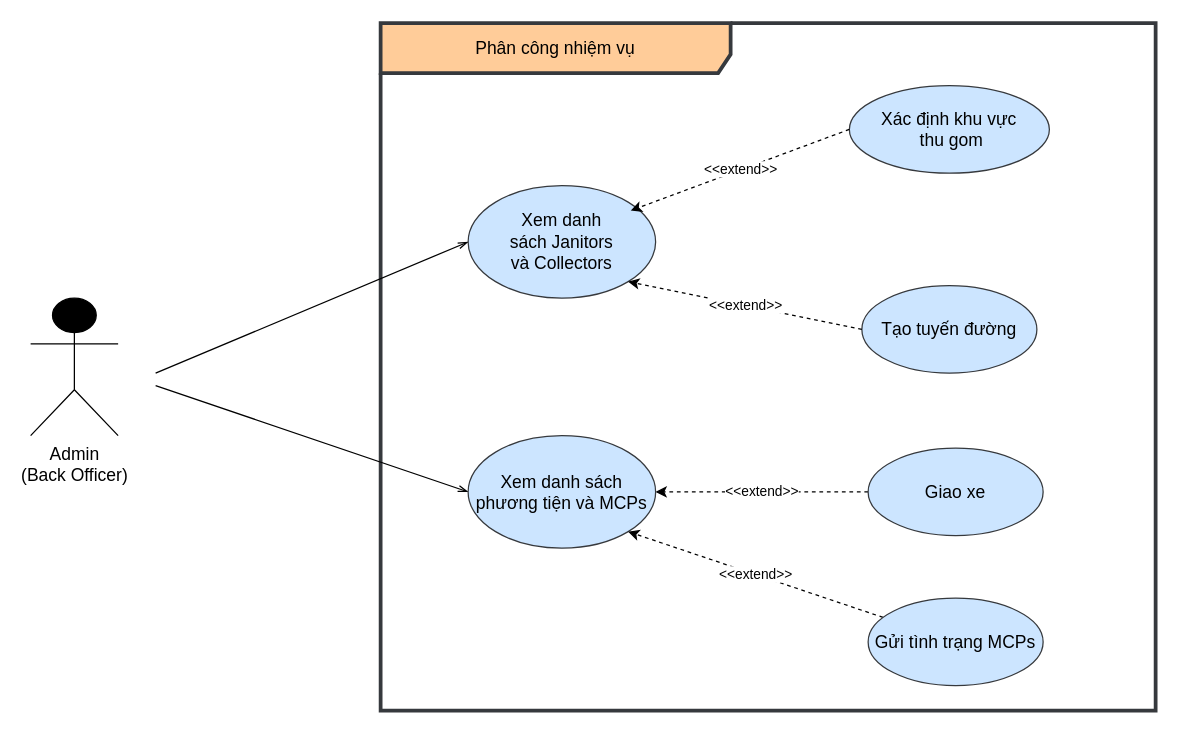
Above: Task 1/1.3/Task assignment.drawio in astr0tas/SE-with-Da-Bois---UWC-2.0 (draw.io), before the change. Source tidied: cells renumbered, new cells numbered last; positions are measured from the earlier drawing's top-left corner, leaving out a move shared by most shapes. Both pictures are drawn from the tidied source at 125%, with x=0, y=0 at pixel (30, 22).
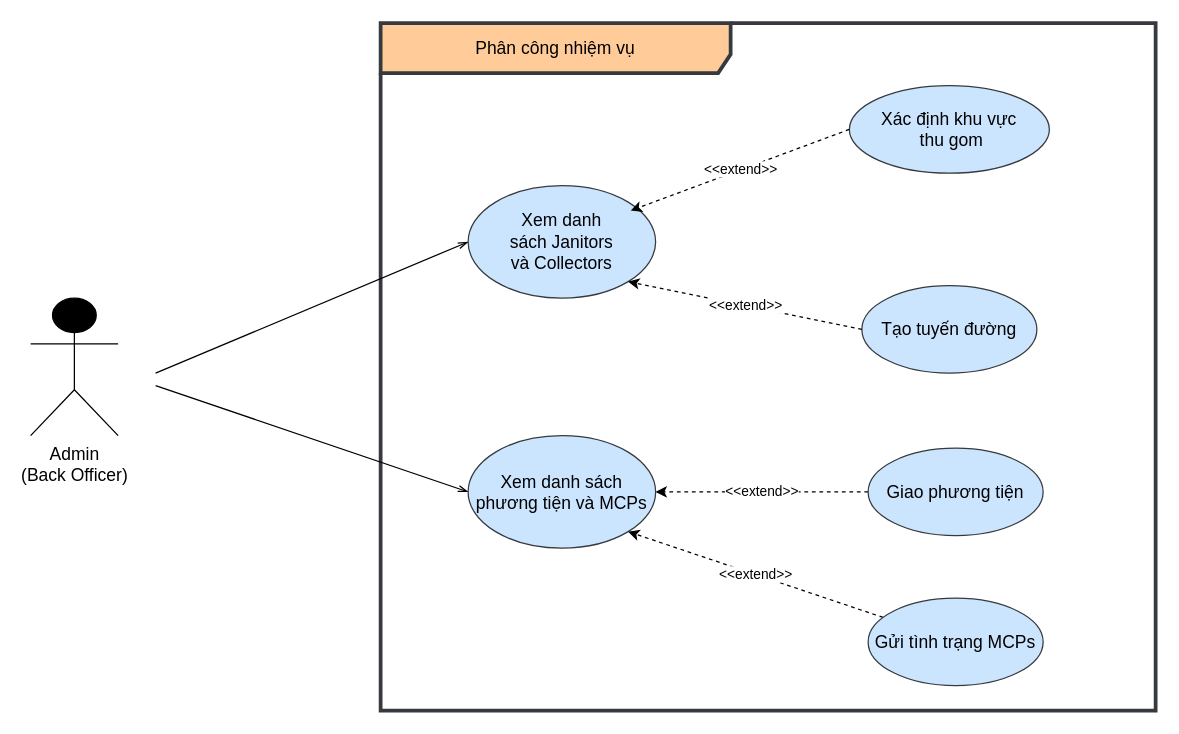
Above is the later version.

Change to the diagram source:
```diff
@@
 <mxGraphModel>
   <root>
     <mxCell id="0" />
     <mxCell id="1" parent="0" />
     <mxCell id="2" value="&lt;font style=&quot;font-size: 14px;&quot;&gt;Admin &lt;br&gt;(&lt;span style=&quot;font-family: Arial, sans-serif;&quot;&gt;Back Officer&lt;/span&gt;)&lt;/font&gt;" style="shape=umlActor;verticalLabelPosition=bottom;verticalAlign=top;html=1;fillColor=#000000;" parent="1" vertex="1">
       <mxGeometry y="220" width="70" height="110" as="geometry" />
     </mxCell>
     <mxCell id="3" value="Phân công nhiệm vụ" style="shape=umlFrame;whiteSpace=wrap;html=1;fontSize=14;width=280;height=40;fillColor=#ffcc99;strokeColor=#36393d;strokeWidth=3;gradientColor=none;swimlaneFillColor=default;" parent="1" vertex="1">
       <mxGeometry x="280" width="620" height="550" as="geometry" />
     </mxCell>
     <mxCell id="4" value="Tạo tuyến đường" style="ellipse;whiteSpace=wrap;html=1;fontSize=14;fillColor=#cce5ff;strokeColor=#36393d;" parent="1" vertex="1">
       <mxGeometry x="665" y="210" width="140" height="70" as="geometry" />
     </mxCell>
     <mxCell id="5" value="Xem danh sách&amp;nbsp;&lt;a name=&quot;OLE_LINK27&quot;&gt;&lt;span&gt;Janitors&lt;br&gt;và Collectors&lt;/span&gt;&lt;/a&gt;" style="ellipse;whiteSpace=wrap;html=1;fontSize=14;fillColor=#cce5ff;strokeColor=#36393d;" parent="1" vertex="1">
       <mxGeometry x="350" y="130" width="150" height="90" as="geometry" />
     </mxCell>
     <mxCell id="6" style="endArrow=openThin;endFill=0;html=1;rounded=0;fontSize=14;entryX=0;entryY=0.5;entryDx=0;entryDy=0;" parent="1" edge="1" target="5">
       <mxGeometry relative="1" as="geometry">
         <mxPoint x="100" y="280" as="sourcePoint" />
       </mxGeometry>
     </mxCell>
     <mxCell id="7" value="Xác định khu vực&lt;br&gt;&amp;nbsp;thu gom" style="ellipse;whiteSpace=wrap;html=1;fontSize=14;fillColor=#cce5ff;strokeColor=#36393d;" parent="1" vertex="1">
       <mxGeometry x="655" y="50" width="160" height="70" as="geometry" />
     </mxCell>
     <mxCell id="8" value="&amp;lt;&amp;lt;extend&amp;gt;&amp;gt;" style="endArrow=classic;html=1;rounded=0;exitX=0;exitY=0.5;exitDx=0;exitDy=0;dashed=1;entryX=0.867;entryY=0.222;entryDx=0;entryDy=0;entryPerimeter=0;" parent="1" edge="1" source="7" target="5">
       <mxGeometry relative="1" as="geometry" />
     </mxCell>
     <mxCell id="9" value="&amp;lt;&amp;lt;extend&amp;gt;&amp;gt;" style="endArrow=classic;html=1;rounded=0;entryX=1;entryY=0.5;entryDx=0;entryDy=0;exitX=0;exitY=0.5;exitDx=0;exitDy=0;dashed=1;" parent="1" edge="1" source="14" target="12">
       <mxGeometry relative="1" as="geometry" />
     </mxCell>
     <mxCell id="10" value="&amp;lt;&amp;lt;extend&amp;gt;&amp;gt;" style="endArrow=classic;html=1;rounded=0;exitX=0;exitY=0.5;exitDx=0;exitDy=0;dashed=1;entryX=1;entryY=1;entryDx=0;entryDy=0;" parent="1" edge="1" source="4" target="5">
       <mxGeometry relative="1" as="geometry" />
     </mxCell>
     <mxCell id="11" style="endArrow=openThin;endFill=0;html=1;rounded=0;fontSize=14;entryX=0;entryY=0.5;entryDx=0;entryDy=0;" parent="1" edge="1" target="12">
       <mxGeometry relative="1" as="geometry">
         <mxPoint x="100" y="290" as="sourcePoint" />
       </mxGeometry>
     </mxCell>
     <mxCell id="12" value="Xem danh sách phương tiện và MCPs" style="ellipse;whiteSpace=wrap;html=1;fontSize=14;fillColor=#cce5ff;strokeColor=#36393d;" parent="1" vertex="1">
       <mxGeometry x="350" y="330" width="150" height="90" as="geometry" />
     </mxCell>
     <mxCell id="13" value="&amp;lt;&amp;lt;extend&amp;gt;&amp;gt;" style="endArrow=classic;html=1;rounded=0;dashed=1;entryX=1;entryY=1;entryDx=0;entryDy=0;" parent="1" edge="1" source="15" target="12">
       <mxGeometry relative="1" as="geometry" />
     </mxCell>
-    <mxCell id="14" value="Giao xe" style="ellipse;whiteSpace=wrap;html=1;fontSize=14;fillColor=#cce5ff;strokeColor=#36393d;" parent="1" vertex="1">
+    <mxCell id="14" value="Giao phương tiện" style="ellipse;whiteSpace=wrap;html=1;fontSize=14;fillColor=#cce5ff;strokeColor=#36393d;" parent="1" vertex="1">
       <mxGeometry x="670" y="340" width="140" height="70" as="geometry" />
     </mxCell>
     <mxCell id="15" value="Gửi tình trạng MCPs" style="ellipse;whiteSpace=wrap;html=1;fontSize=14;fillColor=#cce5ff;strokeColor=#36393d;" parent="1" vertex="1">
       <mxGeometry x="670" y="460" width="140" height="70" as="geometry" />
     </mxCell>
   </root>
 </mxGraphModel>
```
